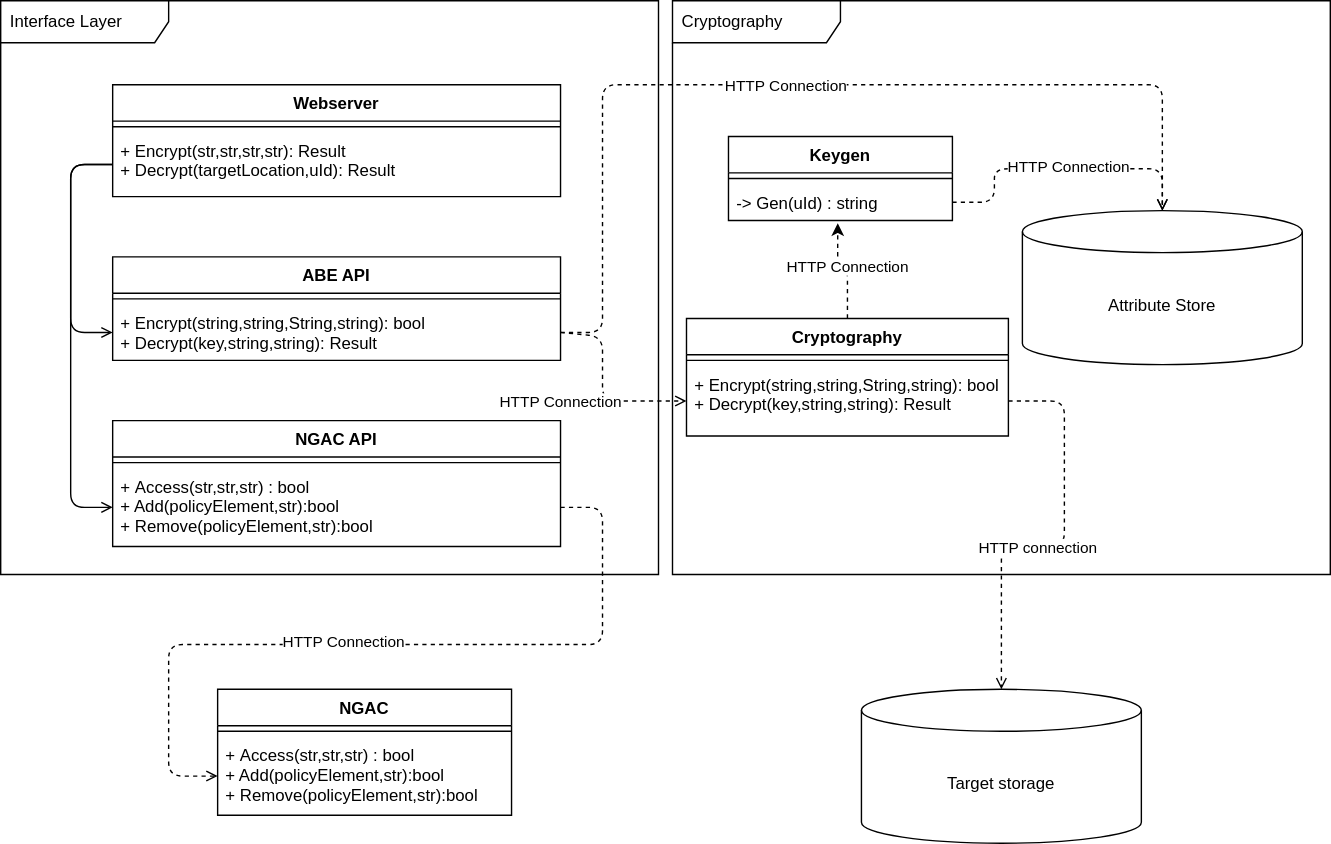
This is docs/design/system/system_design.drawio.svg from ivajon/NGAC_ABE, a draw.io export, as it was before one commit. Source tidied: cells renumbered, new cells last; positions are measured from the earlier drawing's top-left corner, leaving out a move shared by most shapes.
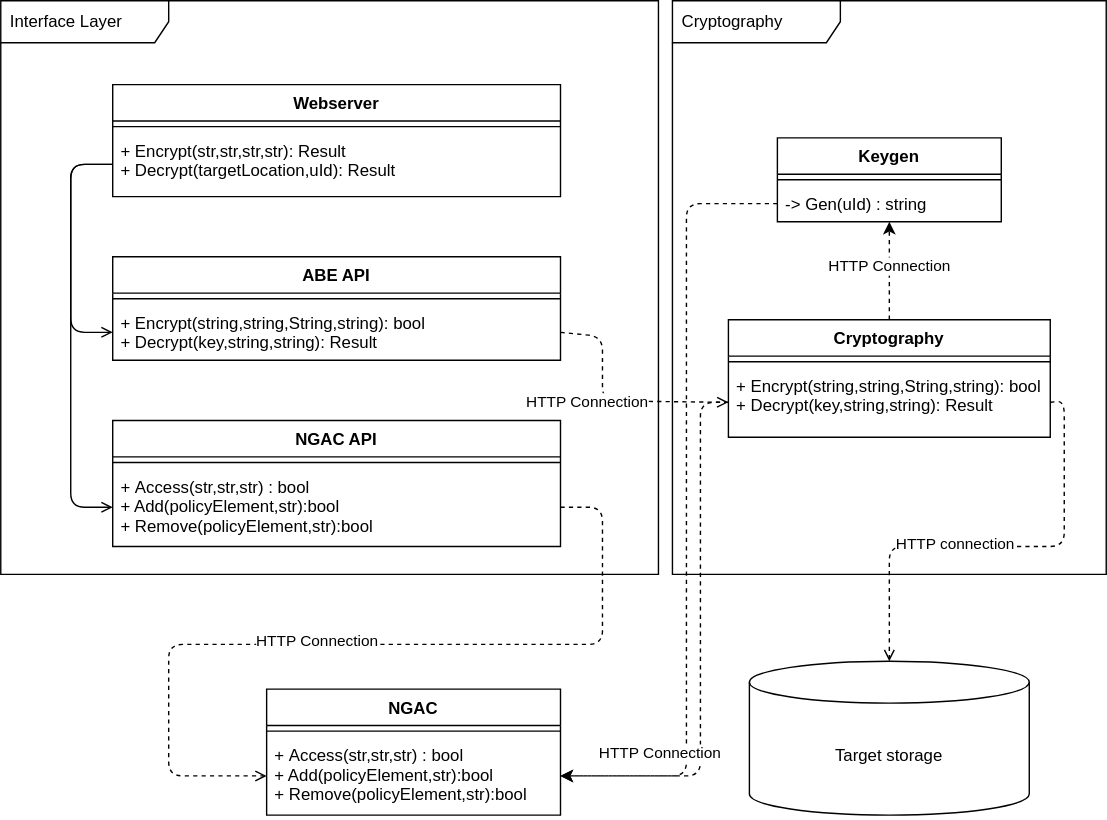
Later version of the same file.

Change to the diagram source:
```diff
@@ -33,13 +33,13 @@
       <mxGeometry y="34" width="320" height="40" as="geometry" />
     </mxCell>
     <mxCell id="12" value="Cryptography" style="shape=umlFrame;whiteSpace=wrap;html=1;width=120;height=30;boundedLbl=1;verticalAlign=middle;align=left;spacingLeft=5;" parent="1" vertex="1">
-      <mxGeometry x="480" width="470" height="410" as="geometry" />
+      <mxGeometry x="480" width="310" height="410" as="geometry" />
     </mxCell>
     <mxCell id="13" value="&lt;span&gt;Target storage&lt;/span&gt;" style="shape=cylinder3;whiteSpace=wrap;html=1;boundedLbl=1;backgroundOutline=1;size=15;" parent="1" vertex="1">
-      <mxGeometry x="615" y="492" width="200" height="110" as="geometry" />
+      <mxGeometry x="535" y="472" width="200" height="110" as="geometry" />
     </mxCell>
     <mxCell id="14" value="Keygen" style="swimlane;fontStyle=1;align=center;verticalAlign=top;horizontal=1;startSize=26;" parent="1" vertex="1">
-      <mxGeometry x="520" y="97" width="160" height="60" as="geometry" />
+      <mxGeometry x="555" y="98" width="160" height="60" as="geometry" />
     </mxCell>
     <mxCell id="15" style="line;strokeWidth=1;fillColor=none;align=left;verticalAlign=middle;spacingTop=-1;spacingLeft=3;spacingRight=3;labelPosition=right;" parent="14" vertex="1">
       <mxGeometry y="26" width="160" height="8" as="geometry" />
@@ -47,16 +47,14 @@
     <mxCell id="16" value="-&gt; Gen(uId) : string" style="text;strokeColor=none;fillColor=none;align=left;verticalAlign=top;spacingLeft=4;spacingRight=4;overflow=hidden;points=[[0,0.5],[1,0.5]];portConstraint=eastwest;" parent="14" vertex="1">
       <mxGeometry y="34" width="160" height="26" as="geometry" />
     </mxCell>
-    <mxCell id="17" value="HTTP Connection" style="edgeStyle=none;html=1;exitX=0.5;exitY=0;exitDx=0;exitDy=0;entryX=0.488;entryY=1.077;entryDx=0;entryDy=0;entryPerimeter=0;dashed=1;" parent="1" edge="1" source="18" target="16">
-      <mxGeometry relative="1" as="geometry">
-        <Array as="points">
-          <mxPoint x="605" y="190" />
-          <mxPoint x="598" y="190" />
-        </Array>
-      </mxGeometry>
-    </mxCell>
+    <mxCell id="37" style="edgeStyle=none;html=1;exitX=0.5;exitY=0;exitDx=0;exitDy=0;entryX=0.5;entryY=1;entryDx=0;entryDy=0;dashed=1;" parent="1" edge="1" source="18" target="14">
+      <mxGeometry relative="1" as="geometry" />
+    </mxCell>
+    <mxCell id="38" value="HTTP Connection" style="edgeLabel;html=1;align=center;verticalAlign=middle;" parent="37" vertex="1">
+      <mxGeometry x="0.11" y="1" relative="1" as="geometry" />
+    </mxCell>
     <mxCell id="18" value="Cryptography" style="swimlane;fontStyle=1;align=center;verticalAlign=top;horizontal=1;startSize=26;" parent="1" vertex="1">
-      <mxGeometry x="490" y="227" width="230" height="84" as="geometry" />
+      <mxGeometry x="520" y="228" width="230" height="84" as="geometry" />
     </mxCell>
     <mxCell id="19" style="line;strokeWidth=1;fillColor=none;align=left;verticalAlign=middle;spacingTop=-1;spacingLeft=3;spacingRight=3;labelPosition=right;" parent="18" vertex="1">
       <mxGeometry y="26" width="230" height="8" as="geometry" />
@@ -64,11 +62,8 @@
     <mxCell id="20" value="+ Encrypt(string,string,String,string): bool&#10;+ Decrypt(key,string,string): Result" style="text;strokeColor=none;fillColor=none;align=left;verticalAlign=top;spacingLeft=4;spacingRight=4;overflow=hidden;points=[[0,0.5],[1,0.5]];portConstraint=eastwest;" parent="18" vertex="1">
       <mxGeometry y="34" width="230" height="50" as="geometry" />
     </mxCell>
-    <mxCell id="21" value="Attribute Store" style="shape=cylinder3;whiteSpace=wrap;html=1;boundedLbl=1;backgroundOutline=1;size=15;" parent="1" vertex="1">
-      <mxGeometry x="730" y="150" width="200" height="110" as="geometry" />
-    </mxCell>
     <mxCell id="22" value="NGAC" style="swimlane;fontStyle=1;align=center;verticalAlign=top;horizontal=1;startSize=26;" parent="1" vertex="1">
-      <mxGeometry x="155" y="492" width="210" height="90" as="geometry" />
+      <mxGeometry x="190" y="492" width="210" height="90" as="geometry" />
     </mxCell>
     <mxCell id="23" style="line;strokeWidth=1;fillColor=none;align=left;verticalAlign=middle;spacingTop=-1;spacingLeft=3;spacingRight=3;labelPosition=right;" parent="22" vertex="1">
       <mxGeometry y="26" width="210" height="8" as="geometry" />
@@ -89,18 +84,6 @@
         <mxPoint x="-40" y="1" as="offset" />
       </mxGeometry>
     </mxCell>
-    <mxCell id="27" style="edgeStyle=none;html=1;exitX=1;exitY=0.5;exitDx=0;exitDy=0;entryX=0.5;entryY=0;entryDx=0;entryDy=0;entryPerimeter=0;dashed=1;endArrow=open;endFill=0;" parent="1" edge="1" source="16" target="21">
-      <mxGeometry relative="1" as="geometry">
-        <Array as="points">
-          <mxPoint x="710" y="144" />
-          <mxPoint x="710" y="120" />
-          <mxPoint x="830" y="120" />
-        </Array>
-      </mxGeometry>
-    </mxCell>
-    <mxCell id="28" value="HTTP Connection" style="edgeLabel;html=1;align=center;verticalAlign=middle;" parent="27" vertex="1">
-      <mxGeometry x="0.04" y="2" relative="1" as="geometry" />
-    </mxCell>
     <mxCell id="29" style="edgeStyle=none;html=1;entryX=0;entryY=0.5;entryDx=0;entryDy=0;dashed=1;endArrow=open;endFill=0;" parent="1" edge="1" target="24">
       <mxGeometry relative="1" as="geometry">
         <mxPoint x="400" y="362" as="sourcePoint" />
@@ -120,7 +103,7 @@
         <Array as="points">
           <mxPoint x="760" y="286" />
           <mxPoint x="760" y="390" />
-          <mxPoint x="715" y="390" />
+          <mxPoint x="635" y="390" />
         </Array>
       </mxGeometry>
     </mxCell>
@@ -145,18 +128,26 @@
         </Array>
       </mxGeometry>
     </mxCell>
-    <mxCell id="35" style="edgeStyle=none;html=1;exitX=1;exitY=0.5;exitDx=0;exitDy=0;dashed=1;endArrow=open;endFill=0;" parent="1" edge="1" source="11">
-      <mxGeometry relative="1" as="geometry">
-        <mxPoint x="830" y="150" as="targetPoint" />
-        <Array as="points">
-          <mxPoint x="430" y="237" />
-          <mxPoint x="430" y="60" />
-          <mxPoint x="830" y="60" />
-        </Array>
-      </mxGeometry>
-    </mxCell>
-    <mxCell id="36" value="HTTP Connection" style="edgeLabel;html=1;align=center;verticalAlign=middle;" parent="35" vertex="1">
-      <mxGeometry x="-0.03" relative="1" as="geometry" />
-    </mxCell>
+    <mxCell id="39" style="edgeStyle=none;html=1;exitX=0;exitY=0.5;exitDx=0;exitDy=0;entryX=1;entryY=0.5;entryDx=0;entryDy=0;dashed=1;" parent="1" edge="1" source="16" target="24">
+      <mxGeometry relative="1" as="geometry">
+        <Array as="points">
+          <mxPoint x="490" y="145" />
+          <mxPoint x="490" y="554" />
+        </Array>
+      </mxGeometry>
+    </mxCell>
+    <mxCell id="40" style="edgeStyle=none;html=1;exitX=0;exitY=0.5;exitDx=0;exitDy=0;entryX=1;entryY=0.5;entryDx=0;entryDy=0;dashed=1;" parent="1" edge="1" source="20" target="24">
+      <mxGeometry relative="1" as="geometry">
+        <Array as="points">
+          <mxPoint x="500" y="287" />
+          <mxPoint x="500" y="554" />
+        </Array>
+      </mxGeometry>
+    </mxCell>
+    <mxCell id="41" value="HTTP Connection" style="edgeLabel;html=1;align=center;verticalAlign=middle;" parent="40" vertex="1">
+      <mxGeometry x="0.81" y="3" relative="1" as="geometry">
+        <mxPoint x="33" y="-20" as="offset" />
+      </mxGeometry>
+    </mxCell>
   </root>
 </mxGraphModel>
```
